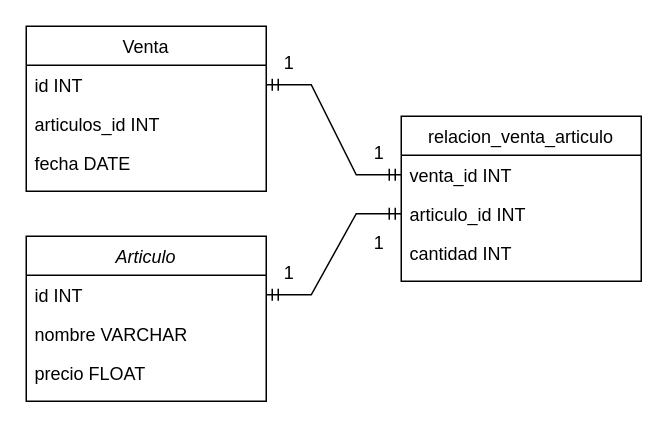
Above: Diagramas/Relacion.drawio in Haoen219/ProyectoFinal (draw.io), before the change. Source tidied: cells renumbered, new cells numbered last; positions are measured from the earlier drawing's top-left corner, leaving out a move shared by most shapes. Both pictures are drawn from the tidied source at 150%, with x=0, y=0 at pixel (26, 26).
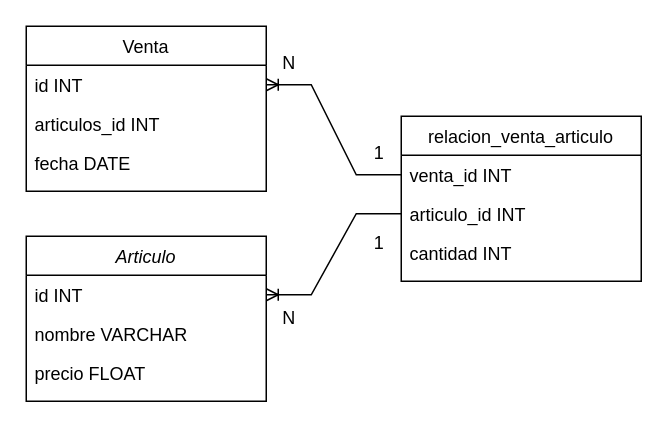
The same diagram, later.

The edit, as a diff of the source:
```diff
@@
 <mxGraphModel>
   <root>
     <mxCell id="0" />
     <mxCell id="1" parent="0" />
     <mxCell id="2" value="Articulo" style="swimlane;fontStyle=2;align=center;verticalAlign=top;horizontal=1;startSize=26;rounded=0;shadow=0;strokeWidth=1;" parent="1" vertex="1">
       <mxGeometry y="140" width="160" height="110" as="geometry" />
     </mxCell>
     <mxCell id="3" value="id INT" style="text;align=left;verticalAlign=top;spacingLeft=4;spacingRight=4;overflow=hidden;points=[[0,0.5],[1,0.5]];portConstraint=eastwest;" parent="2" vertex="1">
       <mxGeometry y="26" width="160" height="26" as="geometry" />
     </mxCell>
     <mxCell id="4" value="nombre VARCHAR" style="text;align=left;verticalAlign=top;spacingLeft=4;spacingRight=4;overflow=hidden;" parent="2" vertex="1">
       <mxGeometry y="52" width="160" height="26" as="geometry" />
     </mxCell>
     <mxCell id="5" value="precio FLOAT" style="text;align=left;verticalAlign=top;spacingLeft=4;spacingRight=4;overflow=hidden;rounded=0;shadow=0;html=0;" parent="2" vertex="1">
       <mxGeometry y="78" width="160" height="32" as="geometry" />
     </mxCell>
     <mxCell id="6" value="Venta" style="swimlane;fontStyle=0;align=center;verticalAlign=top;horizontal=1;startSize=26;rounded=0;shadow=0;strokeWidth=1;" parent="1" vertex="1">
       <mxGeometry width="160" height="110" as="geometry" />
     </mxCell>
     <mxCell id="7" value="id INT" style="text;align=left;verticalAlign=top;spacingLeft=4;spacingRight=4;overflow=hidden;points=[[0,0.5],[1,0.5]];portConstraint=eastwest;rounded=0;shadow=0;html=0;" parent="6" vertex="1">
       <mxGeometry y="26" width="160" height="26" as="geometry" />
     </mxCell>
     <mxCell id="8" value="articulos_id INT" style="text;align=left;verticalAlign=top;spacingLeft=4;spacingRight=4;overflow=hidden;rounded=0;shadow=0;html=0;" parent="6" vertex="1">
       <mxGeometry y="52" width="160" height="26" as="geometry" />
     </mxCell>
     <mxCell id="9" value="fecha DATE" style="text;align=left;verticalAlign=top;spacingLeft=4;spacingRight=4;overflow=hidden;rounded=0;shadow=0;html=0;" parent="6" vertex="1">
       <mxGeometry y="78" width="160" height="26" as="geometry" />
     </mxCell>
     <mxCell id="10" value="relacion_venta_articulo" style="swimlane;fontStyle=0;align=center;verticalAlign=top;horizontal=1;startSize=26;rounded=0;shadow=0;strokeWidth=1;" parent="1" vertex="1">
       <mxGeometry x="250" y="60" width="160" height="110" as="geometry" />
     </mxCell>
     <mxCell id="11" value="venta_id INT" style="text;align=left;verticalAlign=top;spacingLeft=4;spacingRight=4;overflow=hidden;points=[[0,0.5],[1,0.5]];portConstraint=eastwest;rounded=0;shadow=0;html=0;" parent="10" vertex="1">
       <mxGeometry y="26" width="160" height="26" as="geometry" />
     </mxCell>
     <mxCell id="12" value="articulo_id INT" style="text;align=left;verticalAlign=top;spacingLeft=4;spacingRight=4;overflow=hidden;points=[[0,0.5],[1,0.5]];portConstraint=eastwest;rounded=0;shadow=0;html=0;" parent="10" vertex="1">
       <mxGeometry y="52" width="160" height="26" as="geometry" />
     </mxCell>
     <mxCell id="13" value="cantidad INT" style="text;align=left;verticalAlign=top;spacingLeft=4;spacingRight=4;overflow=hidden;rounded=0;shadow=0;html=0;" parent="10" vertex="1">
       <mxGeometry y="78" width="160" height="26" as="geometry" />
     </mxCell>
-    <mxCell id="14" style="edgeStyle=entityRelationEdgeStyle;fontSize=12;html=1;endArrow=ERmandOne;startArrow=ERmandOne;rounded=0;entryX=0;entryY=0.5;entryDx=0;entryDy=0;exitX=1;exitY=0.5;exitDx=0;exitDy=0;" parent="1" edge="1" source="7" target="11">
-      <mxGeometry relative="1" as="geometry" />
-    </mxCell>
-    <mxCell id="15" style="edgeStyle=entityRelationEdgeStyle;fontSize=12;html=1;endArrow=ERmandOne;startArrow=ERmandOne;rounded=0;entryX=0;entryY=0.5;entryDx=0;entryDy=0;exitX=1;exitY=0.5;exitDx=0;exitDy=0;" parent="1" edge="1" source="3" target="12">
-      <mxGeometry relative="1" as="geometry" />
-    </mxCell>
-    <mxCell id="16" value="1" style="text;html=1;align=center;verticalAlign=middle;strokeColor=none;fillColor=none;" parent="1" vertex="1">
+    <mxCell id="16" value="N" style="text;html=1;align=center;verticalAlign=middle;strokeColor=none;fillColor=none;" parent="1" vertex="1">
       <mxGeometry x="160" y="10" width="30" height="30" as="geometry" />
     </mxCell>
-    <mxCell id="17" value="1" style="text;html=1;align=center;verticalAlign=middle;strokeColor=none;fillColor=none;" parent="1" vertex="1">
-      <mxGeometry x="160" y="150" width="30" height="30" as="geometry" />
+    <mxCell id="17" value="N" style="text;html=1;align=center;verticalAlign=middle;strokeColor=none;fillColor=none;" parent="1" vertex="1">
+      <mxGeometry x="160" y="180" width="30" height="30" as="geometry" />
     </mxCell>
     <mxCell id="18" value="1" style="text;html=1;align=center;verticalAlign=middle;strokeColor=none;fillColor=none;" parent="1" vertex="1">
       <mxGeometry x="220" y="70" width="30" height="30" as="geometry" />
     </mxCell>
     <mxCell id="19" value="1" style="text;html=1;align=center;verticalAlign=middle;strokeColor=none;fillColor=none;" parent="1" vertex="1">
       <mxGeometry x="220" y="130" width="30" height="30" as="geometry" />
     </mxCell>
+    <mxCell id="20" style="edgeStyle=entityRelationEdgeStyle;fontSize=12;html=1;endArrow=ERoneToMany;rounded=0;exitX=0;exitY=0.5;exitDx=0;exitDy=0;entryX=1;entryY=0.5;entryDx=0;entryDy=0;" parent="1" edge="1" source="12" target="3">
+      <mxGeometry relative="1" as="geometry" />
+    </mxCell>
+    <mxCell id="21" style="edgeStyle=entityRelationEdgeStyle;fontSize=12;html=1;endArrow=ERoneToMany;rounded=0;entryX=1;entryY=0.5;entryDx=0;entryDy=0;exitX=0;exitY=0.5;exitDx=0;exitDy=0;" parent="1" edge="1" source="11" target="7">
+      <mxGeometry relative="1" as="geometry" />
+    </mxCell>
   </root>
 </mxGraphModel>
```
